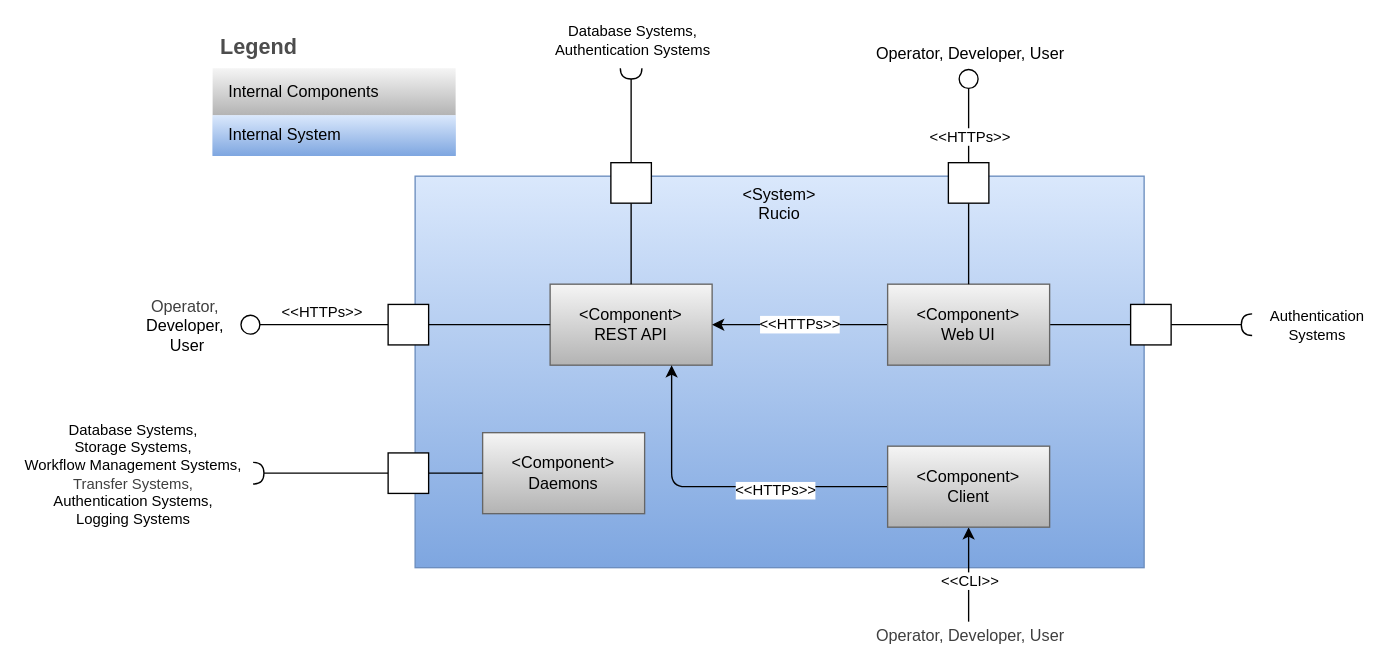
This is diagrams/Building Block Lvl 1 View.drawio from mgajek-cern/rucio-architecture-docs, a draw.io file, before an edit. Source tidied: cells renumbered, new cells numbered last; positions are measured from the earlier drawing's top-left corner, leaving out a move shared by most shapes. Both pictures are drawn from the tidied source at 135%, with x=0, y=0 at pixel (212, 27).
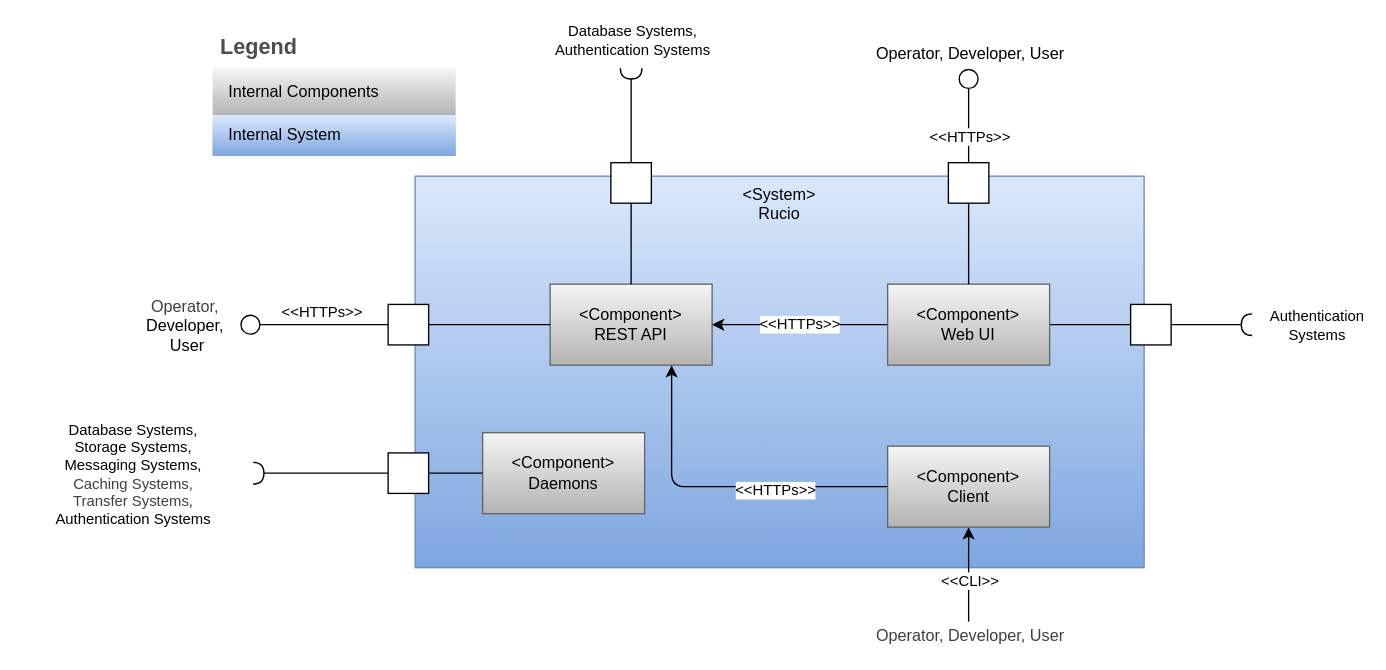
The same diagram, later.

Commit message (it also covers changes not shown here):
update component diagrams and related chapters based on requirements.txt dependencies in rucio GH repo

Unchanged cells that the change refers to:
```xml
<mxCell id="34" style="edgeStyle=none;html=1;endArrow=halfCircle;endFill=0;" parent="1" edge="1" source="36">
  <mxGeometry relative="1" as="geometry">
    <mxPoint x="30" y="330" as="targetPoint" />
  </mxGeometry>
</mxCell>
```

Diff of the diagram source:
```diff
@@
-    <mxCell id="35" value="&lt;span style=&quot;color: rgb(0, 0, 0);&quot;&gt;Database Systems,&lt;/span&gt;&lt;br&gt;Storage Systems,&lt;div&gt;Workflow Management Systems,&lt;/div&gt;&lt;div&gt;&lt;span style=&quot;color: rgb(63, 63, 63);&quot;&gt;Transfer Systems,&lt;/span&gt;&lt;/div&gt;&lt;div&gt;&lt;span style=&quot;color: rgb(0, 0, 0);&quot;&gt;Authentication Systems,&lt;/span&gt;&lt;/div&gt;&lt;div&gt;&lt;font color=&quot;#000000&quot;&gt;Logging Systems&lt;/font&gt;&lt;br&gt;&lt;/div&gt;" style="edgeLabel;html=1;align=center;verticalAlign=middle;" parent="34" vertex="1">
+    <mxCell id="35" value="&lt;span style=&quot;color: rgb(0, 0, 0);&quot;&gt;Database Systems,&lt;/span&gt;&lt;br&gt;Storage Systems,&lt;div&gt;Messaging Systems,&lt;/div&gt;&lt;div&gt;&lt;span style=&quot;color: rgb(63, 63, 63);&quot;&gt;Caching Systems,&lt;/span&gt;&lt;/div&gt;&lt;div&gt;&lt;span style=&quot;color: rgb(63, 63, 63);&quot;&gt;Transfer Systems,&lt;/span&gt;&lt;/div&gt;&lt;div&gt;&lt;span style=&quot;color: rgb(0, 0, 0);&quot;&gt;Authentication Systems&lt;/span&gt;&lt;/div&gt;" style="edgeLabel;html=1;align=center;verticalAlign=middle;" parent="34" vertex="1">
       <mxGeometry x="0.13" y="-4" relative="1" as="geometry">
         <mxPoint x="-134" y="4" as="offset" />
       </mxGeometry>
     </mxCell>
```
